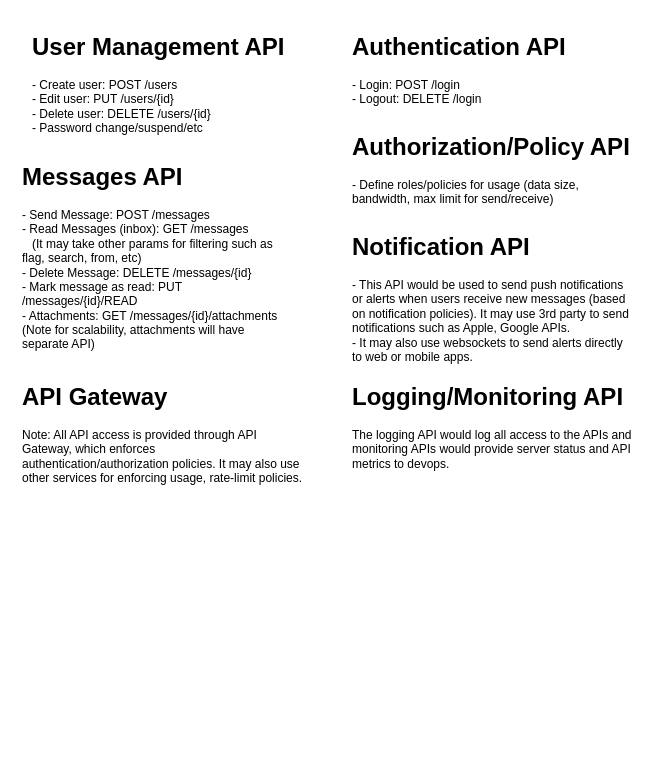
Before: page "API" (3 of 4) of MQ Mail.drawio in bhatti/Aeron, a draw.io diagram. Source tidied: cells renumbered, new cells numbered last; positions are measured from the earlier drawing's top-left corner, leaving out a move shared by most shapes. Both pictures are drawn from the tidied source at 100%, with x=0, y=0 at pixel (17, 27).
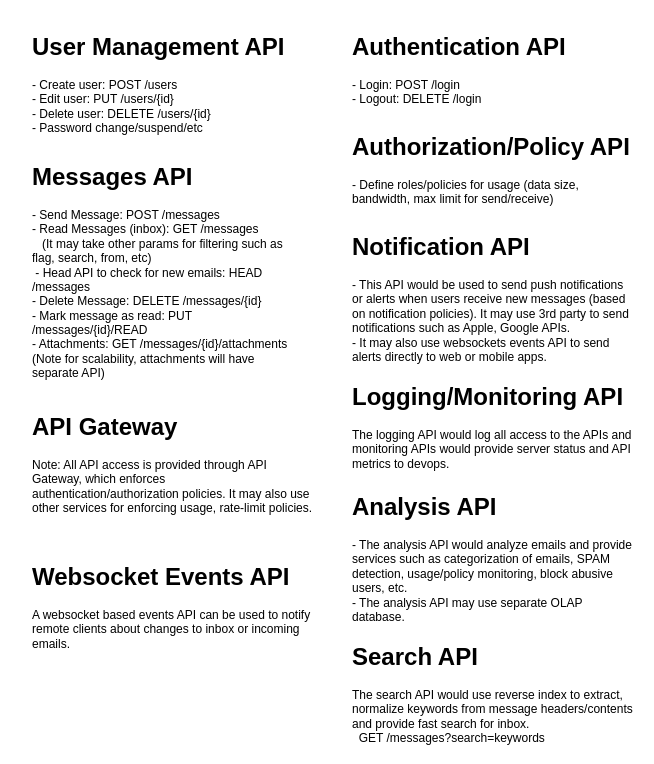
The same diagram, later.

What changed in the source:
```diff
@@
 <mxGraphModel>
   <root>
     <mxCell id="0" />
     <mxCell id="1" parent="0" />
     <mxCell id="2" value="&lt;h1&gt;User Management API&lt;br&gt;&lt;/h1&gt;&lt;p&gt;- Create user: POST /users&lt;br&gt;- Edit user: PUT /users/{id}&lt;br&gt;- Delete user: DELETE /users/{id}&lt;br&gt;- Password change/suspend/etc&lt;br&gt;&lt;/p&gt;" style="text;html=1;strokeColor=none;fillColor=none;spacing=5;spacingTop=-20;whiteSpace=wrap;overflow=hidden;rounded=0;" parent="1" vertex="1">
       <mxGeometry x="10" width="270" height="120" as="geometry" />
     </mxCell>
     <mxCell id="3" value="&lt;h1&gt;Authentication API&lt;br&gt;&lt;/h1&gt;&lt;p&gt;- Login: POST /login&lt;br&gt;- Logout: DELETE /login&lt;br&gt;&lt;br&gt;&lt;/p&gt;" style="text;html=1;strokeColor=none;fillColor=none;spacing=5;spacingTop=-20;whiteSpace=wrap;overflow=hidden;rounded=0;" parent="1" vertex="1">
       <mxGeometry x="330" width="270" height="90" as="geometry" />
     </mxCell>
-    <mxCell id="4" value="&lt;h1&gt;Messages API&lt;br&gt;&lt;/h1&gt;&lt;p&gt;- Send Message: POST /messages&lt;br&gt;- Read Messages (inbox): GET /messages&lt;br&gt;&amp;nbsp;&amp;nbsp; (It may take other params for filtering such as flag, search, from, etc)&lt;br&gt;- Delete Message: DELETE /messages/{id}&lt;br&gt;- Mark message as read: PUT /messages/{id}/READ&lt;br&gt;- Attachments: GET /messages/{id}/attachments&lt;br&gt;(Note for scalability, attachments will have separate API)&lt;br&gt;&lt;/p&gt;" style="text;html=1;strokeColor=none;fillColor=none;spacing=5;spacingTop=-20;whiteSpace=wrap;overflow=hidden;rounded=0;" parent="1" vertex="1">
-      <mxGeometry y="130" width="270" height="210" as="geometry" />
+    <mxCell id="4" value="&lt;h1&gt;Messages API&lt;br&gt;&lt;/h1&gt;&lt;p&gt;- Send Message: POST /messages&lt;br&gt;- Read Messages (inbox): GET /messages&lt;br&gt;&amp;nbsp;&amp;nbsp; (It may take other params for filtering such as flag, search, from, etc)&lt;br&gt;&amp;nbsp;- Head API to check for new emails: HEAD /messages&lt;br&gt;- Delete Message: DELETE /messages/{id}&lt;br&gt;- Mark message as read: PUT /messages/{id}/READ&lt;br&gt;- Attachments: GET /messages/{id}/attachments&lt;br&gt;(Note for scalability, attachments will have separate API)&lt;br&gt;&lt;/p&gt;" style="text;html=1;strokeColor=none;fillColor=none;spacing=5;spacingTop=-20;whiteSpace=wrap;overflow=hidden;rounded=0;" parent="1" vertex="1">
+      <mxGeometry x="10" y="130" width="270" height="240" as="geometry" />
     </mxCell>
     <mxCell id="5" value="&lt;h1&gt;Authorization/Policy API&lt;br&gt;&lt;/h1&gt;&lt;p&gt;- Define roles/policies for usage (data size, bandwidth, max limit for send/receive)&lt;br&gt;&lt;/p&gt;" style="text;html=1;strokeColor=none;fillColor=none;spacing=5;spacingTop=-20;whiteSpace=wrap;overflow=hidden;rounded=0;" parent="1" vertex="1">
       <mxGeometry x="330" y="100" width="290" height="90" as="geometry" />
     </mxCell>
-    <mxCell id="6" value="&lt;h1&gt;Notification API&lt;br&gt;&lt;/h1&gt;- This API would be used to send push notifications or alerts when users receive new messages (based on notification policies). It may use 3rd party to send notifications such as Apple, Google APIs.&lt;br&gt;- It may also use websockets to send alerts directly to web or mobile apps." style="text;html=1;strokeColor=none;fillColor=none;spacing=5;spacingTop=-20;whiteSpace=wrap;overflow=hidden;rounded=0;" parent="1" vertex="1">
+    <mxCell id="6" value="&lt;h1&gt;Notification API&lt;br&gt;&lt;/h1&gt;- This API would be used to send push notifications or alerts when users receive new messages (based on notification policies). It may use 3rd party to send notifications such as Apple, Google APIs.&lt;br&gt;- It may also use websockets events API to send alerts directly to web or mobile apps." style="text;html=1;strokeColor=none;fillColor=none;spacing=5;spacingTop=-20;whiteSpace=wrap;overflow=hidden;rounded=0;" parent="1" vertex="1">
       <mxGeometry x="330" y="200" width="290" height="140" as="geometry" />
     </mxCell>
     <mxCell id="7" value="&lt;h1&gt;API Gateway&lt;br&gt;&lt;/h1&gt;Note: All API access is provided through API Gateway, which enforces authentication/authorization policies. It may also use other services for enforcing usage, rate-limit policies." style="text;html=1;strokeColor=none;fillColor=none;spacing=5;spacingTop=-20;whiteSpace=wrap;overflow=hidden;rounded=0;" parent="1" vertex="1">
-      <mxGeometry y="350" width="290" height="140" as="geometry" />
+      <mxGeometry x="10" y="380" width="290" height="140" as="geometry" />
     </mxCell>
     <mxCell id="8" value="&lt;h1&gt;Logging/Monitoring API&lt;br&gt;&lt;/h1&gt;The logging API would log all access to the APIs and monitoring APIs would provide server status and API metrics to devops." style="text;html=1;strokeColor=none;fillColor=none;spacing=5;spacingTop=-20;whiteSpace=wrap;overflow=hidden;rounded=0;" parent="1" vertex="1">
       <mxGeometry x="330" y="350" width="290" height="110" as="geometry" />
     </mxCell>
+    <mxCell id="9" value="&lt;h1&gt;Websocket Events API&lt;br&gt;&lt;/h1&gt;A websocket based events API can be used to notify remote clients about changes to inbox or incoming emails." style="text;html=1;strokeColor=none;fillColor=none;spacing=5;spacingTop=-20;whiteSpace=wrap;overflow=hidden;rounded=0;" parent="1" vertex="1">
+      <mxGeometry x="10" y="530" width="290" height="140" as="geometry" />
+    </mxCell>
+    <mxCell id="10" value="&lt;h1&gt;Analysis API&lt;br&gt;&lt;/h1&gt;- The analysis API would analyze emails and provide services such as categorization of emails, SPAM detection, usage/policy monitoring, block abusive users, etc. &lt;br&gt;- The analysis API may use separate OLAP database." style="text;html=1;strokeColor=none;fillColor=none;spacing=5;spacingTop=-20;whiteSpace=wrap;overflow=hidden;rounded=0;" parent="1" vertex="1">
+      <mxGeometry x="330" y="460" width="290" height="140" as="geometry" />
+    </mxCell>
+    <mxCell id="11" value="&lt;h1&gt;Search API&lt;br&gt;&lt;/h1&gt;The search API would use reverse index to extract, normalize keywords from message headers/contents and provide fast search for inbox.&lt;br&gt;&amp;nbsp; GET /messages?search=keywords" style="text;html=1;strokeColor=none;fillColor=none;spacing=5;spacingTop=-20;whiteSpace=wrap;overflow=hidden;rounded=0;" parent="1" vertex="1">
+      <mxGeometry x="330" y="610" width="290" height="110" as="geometry" />
+    </mxCell>
   </root>
 </mxGraphModel>
```
